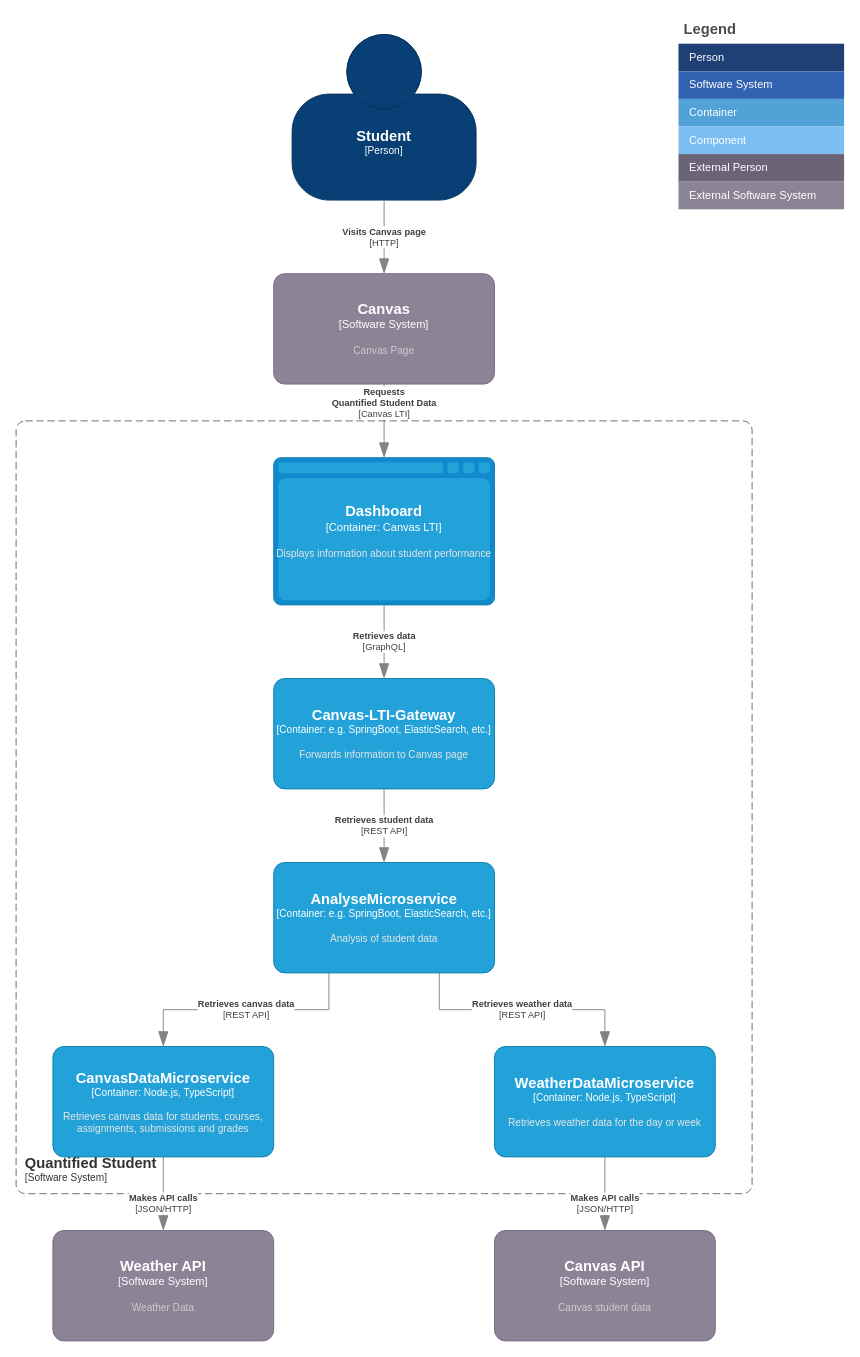
Before: Application Architecture/QSc4_2.drawio in quantifiedstudent/QS-Docs, a draw.io diagram. Source tidied: cells renumbered, new cells numbered last; positions are measured from the earlier drawing's top-left corner, leaving out a move shared by most shapes. Both pictures are drawn from the tidied source at 92%, with x=0, y=0 at pixel (16, 16).
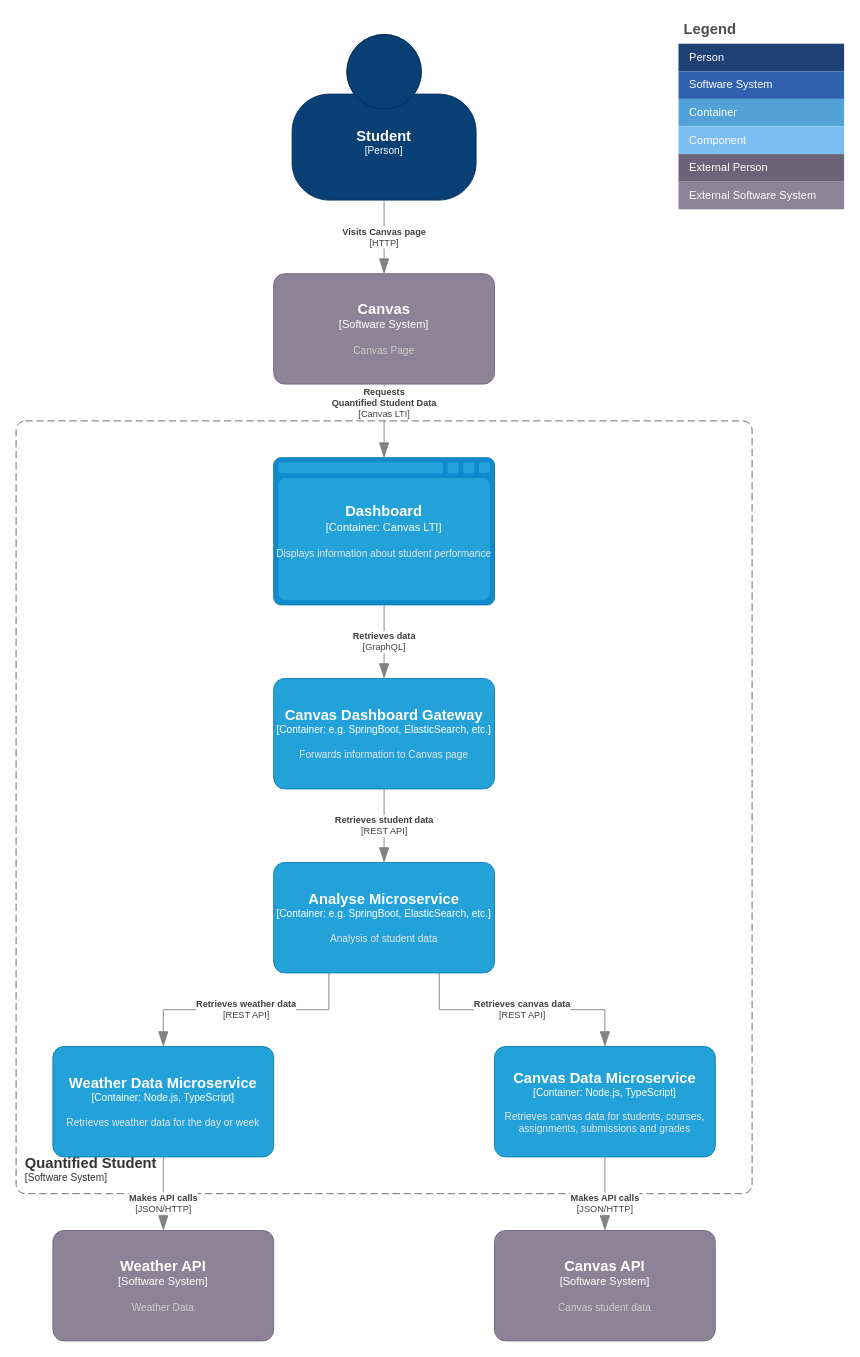
The same page after the edit.

Commit message (it also covers changes not shown here):
Gateway docs + meetings/sprints update

The change refers to these unchanged cells:
```xml
<object id="22" label="&lt;font style=&quot;font-size: 16px&quot;&gt;&lt;b&gt;%c4Name%&lt;/b&gt;&lt;/font&gt;&lt;div&gt;[%c4Type%]&lt;/div&gt;&lt;br&gt;&lt;div&gt;&lt;font style=&quot;font-size: 11px&quot;&gt;&lt;font color=&quot;#cccccc&quot;&gt;%c4Description%&lt;/font&gt;&lt;/div&gt;" c4Description="Weather Data" c4Name="Weather API" c4Type="Software System" placeholders="1">
  <mxCell style="rounded=1;whiteSpace=wrap;html=1;labelBackgroundColor=none;fillColor=#8C8496;fontColor=#ffffff;align=center;arcSize=10;strokeColor=#736782;points=[[0.25,0,0],[0.5,0,0],[0.75,0,0],[1,0.25,0],[1,0.5,0],[1,0.75,0],[0.75,1,0],[0.5,1,0],[0.25,1,0],[0,0.75,0],[0,0.5,0],[0,0.25,0]];" parent="1" vertex="1">
    <mxGeometry x="40" y="1320" width="240" height="120" as="geometry" />
  </mxCell>
</object>
<object id="28" label="&lt;font style=&quot;font-size: 16px&quot;&gt;&lt;b&gt;%c4Name%&lt;/b&gt;&lt;/font&gt;&lt;div&gt;[%c4Type%]&lt;/div&gt;&lt;br&gt;&lt;div&gt;&lt;font style=&quot;font-size: 11px&quot;&gt;&lt;font color=&quot;#cccccc&quot;&gt;%c4Description%&lt;/font&gt;&lt;/div&gt;" c4Description="Canvas student data" c4Name="Canvas API" c4Type="Software System" placeholders="1">
  <mxCell style="rounded=1;whiteSpace=wrap;html=1;labelBackgroundColor=none;fillColor=#8C8496;fontColor=#ffffff;align=center;arcSize=10;strokeColor=#736782;points=[[0.25,0,0],[0.5,0,0],[0.75,0,0],[1,0.25,0],[1,0.5,0],[1,0.75,0],[0.75,1,0],[0.5,1,0],[0.25,1,0],[0,0.75,0],[0,0.5,0],[0,0.25,0]];" parent="1" vertex="1">
    <mxGeometry x="520" y="1320" width="240" height="120" as="geometry" />
  </mxCell>
</object>
```

The edit, as a diff of the source:
```diff
@@
     <object id="23" label="&lt;div style=&quot;text-align: left&quot;&gt;&lt;div style=&quot;text-align: center&quot;&gt;&lt;b&gt;%c4Description%&lt;/b&gt;&lt;/div&gt;&lt;div style=&quot;text-align: center&quot;&gt;[%c4Technology%]&lt;/div&gt;&lt;/div&gt;" c4Description="Makes API calls" c4Technology="JSON/HTTP" placeholders="1">
-      <mxCell style="endArrow=blockThin;html=1;fontSize=10;fontColor=#404040;strokeWidth=1;endFill=1;strokeColor=#828282;elbow=vertical;endSize=14;startSize=14;jumpStyle=arc;jumpSize=16;rounded=0;edgeStyle=orthogonalEdgeStyle;exitX=0.5;exitY=1;exitDx=0;exitDy=0;exitPerimeter=0;entryX=0.5;entryY=0;entryDx=0;entryDy=0;entryPerimeter=0;" parent="1" edge="1" source="29" target="22">
+      <mxCell style="endArrow=blockThin;html=1;fontSize=10;fontColor=#404040;strokeWidth=1;endFill=1;strokeColor=#828282;elbow=vertical;endSize=14;startSize=14;jumpStyle=arc;jumpSize=16;rounded=0;edgeStyle=orthogonalEdgeStyle;exitX=0.5;exitY=1;exitDx=0;exitDy=0;exitPerimeter=0;entryX=0.5;entryY=0;entryDx=0;entryDy=0;entryPerimeter=0;" parent="1" edge="1" source="30" target="22">
         <mxGeometry x="0.25" relative="1" as="geometry" />
       </mxCell>
     </object>
     <object id="24" label="&lt;div style=&quot;text-align: left&quot;&gt;&lt;div style=&quot;text-align: center&quot;&gt;&lt;b&gt;%c4Description%&lt;/b&gt;&lt;/div&gt;&lt;div style=&quot;text-align: center&quot;&gt;[%c4Technology%]&lt;/div&gt;&lt;/div&gt;" c4Description="Makes API calls" c4Technology="JSON/HTTP" placeholders="1">
-      <mxCell style="endArrow=blockThin;html=1;fontSize=10;fontColor=#404040;strokeWidth=1;endFill=1;strokeColor=#828282;elbow=vertical;endSize=14;startSize=14;jumpStyle=arc;jumpSize=16;rounded=0;edgeStyle=orthogonalEdgeStyle;entryX=0.5;entryY=0;entryDx=0;entryDy=0;entryPerimeter=0;exitX=0.5;exitY=1;exitDx=0;exitDy=0;exitPerimeter=0;" parent="1" edge="1" source="30" target="28">
+      <mxCell style="endArrow=blockThin;html=1;fontSize=10;fontColor=#404040;strokeWidth=1;endFill=1;strokeColor=#828282;elbow=vertical;endSize=14;startSize=14;jumpStyle=arc;jumpSize=16;rounded=0;edgeStyle=orthogonalEdgeStyle;entryX=0.5;entryY=0;entryDx=0;entryDy=0;entryPerimeter=0;exitX=0.5;exitY=1;exitDx=0;exitDy=0;exitPerimeter=0;" parent="1" edge="1" source="29" target="28">
         <mxGeometry x="0.25" relative="1" as="geometry" />
       </mxCell>
     </object>
@@
     <object id="26" label="&lt;div style=&quot;text-align: left&quot;&gt;&lt;div style=&quot;text-align: center&quot;&gt;&lt;b&gt;%c4Description%&lt;/b&gt;&lt;/div&gt;&lt;div style=&quot;text-align: center&quot;&gt;[%c4Technology%]&lt;/div&gt;&lt;/div&gt;" c4Description="Retrieves canvas data" c4Technology="REST API" placeholders="1">
-      <mxCell style="endArrow=blockThin;html=1;fontSize=10;fontColor=#404040;strokeWidth=1;endFill=1;strokeColor=#828282;elbow=vertical;endSize=14;startSize=14;jumpStyle=arc;jumpSize=16;rounded=0;edgeStyle=orthogonalEdgeStyle;exitX=0.25;exitY=1;exitDx=0;exitDy=0;exitPerimeter=0;entryX=0.5;entryY=0;entryDx=0;entryDy=0;entryPerimeter=0;" parent="1" edge="1" source="32" target="29">
+      <mxCell style="endArrow=blockThin;html=1;fontSize=10;fontColor=#404040;strokeWidth=1;endFill=1;strokeColor=#828282;elbow=vertical;endSize=14;startSize=14;jumpStyle=arc;jumpSize=16;rounded=0;edgeStyle=orthogonalEdgeStyle;exitX=0.75;exitY=1;exitDx=0;exitDy=0;exitPerimeter=0;entryX=0.5;entryY=0;entryDx=0;entryDy=0;entryPerimeter=0;" parent="1" edge="1" source="32" target="29">
         <mxGeometry relative="1" as="geometry" />
       </mxCell>
     </object>
     <object id="27" label="&lt;div style=&quot;text-align: left&quot;&gt;&lt;div style=&quot;text-align: center&quot;&gt;&lt;b&gt;%c4Description%&lt;/b&gt;&lt;/div&gt;&lt;div style=&quot;text-align: center&quot;&gt;[%c4Technology%]&lt;/div&gt;&lt;/div&gt;" c4Description="Retrieves weather data" c4Technology="REST API" placeholders="1">
-      <mxCell style="endArrow=blockThin;html=1;fontSize=10;fontColor=#404040;strokeWidth=1;endFill=1;strokeColor=#828282;elbow=vertical;endSize=14;startSize=14;jumpStyle=arc;jumpSize=16;rounded=0;edgeStyle=orthogonalEdgeStyle;exitX=0.75;exitY=1;exitDx=0;exitDy=0;exitPerimeter=0;entryX=0.5;entryY=0;entryDx=0;entryDy=0;entryPerimeter=0;" parent="1" edge="1" source="32" target="30">
+      <mxCell style="endArrow=blockThin;html=1;fontSize=10;fontColor=#404040;strokeWidth=1;endFill=1;strokeColor=#828282;elbow=vertical;endSize=14;startSize=14;jumpStyle=arc;jumpSize=16;rounded=0;edgeStyle=orthogonalEdgeStyle;entryX=0.5;entryY=0;entryDx=0;entryDy=0;entryPerimeter=0;exitX=0.25;exitY=1;exitDx=0;exitDy=0;exitPerimeter=0;" parent="1" edge="1" source="32" target="30">
         <mxGeometry relative="1" as="geometry" />
       </mxCell>
     </object>
@@
-    <object id="29" label="&lt;font style=&quot;font-size: 16px&quot;&gt;&lt;b&gt;%c4Name%&lt;/b&gt;&lt;/font&gt;&lt;div&gt;[%c4Type%: %c4Technology%]&lt;/div&gt;&lt;br&gt;&lt;div&gt;&lt;font style=&quot;font-size: 11px&quot;&gt;&lt;font color=&quot;#E6E6E6&quot;&gt;%c4Description%&lt;/font&gt;&lt;/div&gt;" c4Description="Retrieves canvas data for students, courses, assignments, submissions and grades" c4Name="CanvasDataMicroservice" c4Technology="Node.js, TypeScript" c4Type="Container" placeholders="1">
+    <object id="29" label="&lt;font style=&quot;font-size: 16px&quot;&gt;&lt;b&gt;%c4Name%&lt;/b&gt;&lt;/font&gt;&lt;div&gt;[%c4Type%: %c4Technology%]&lt;/div&gt;&lt;br&gt;&lt;div&gt;&lt;font style=&quot;font-size: 11px&quot;&gt;&lt;font color=&quot;#E6E6E6&quot;&gt;%c4Description%&lt;/font&gt;&lt;/div&gt;" c4Description="Retrieves canvas data for students, courses, assignments, submissions and grades" c4Name="Canvas Data Microservice" c4Technology="Node.js, TypeScript" c4Type="Container" placeholders="1">
       <mxCell style="rounded=1;whiteSpace=wrap;html=1;fontSize=11;labelBackgroundColor=none;fillColor=#23A2D9;fontColor=#ffffff;align=center;arcSize=10;strokeColor=#0E7DAD;points=[[0.25,0,0],[0.5,0,0],[0.75,0,0],[1,0.25,0],[1,0.5,0],[1,0.75,0],[0.75,1,0],[0.5,1,0],[0.25,1,0],[0,0.75,0],[0,0.5,0],[0,0.25,0]];" parent="1" vertex="1">
-        <mxGeometry x="40" y="1120" width="240" height="120" as="geometry" />
+        <mxGeometry x="520" y="1120" width="240" height="120" as="geometry" />
       </mxCell>
     </object>
-    <object id="30" label="&lt;font style=&quot;font-size: 16px&quot;&gt;&lt;b&gt;%c4Name%&lt;/b&gt;&lt;/font&gt;&lt;div&gt;[%c4Type%: %c4Technology%]&lt;/div&gt;&lt;br&gt;&lt;div&gt;&lt;font style=&quot;font-size: 11px&quot;&gt;&lt;font color=&quot;#E6E6E6&quot;&gt;%c4Description%&lt;/font&gt;&lt;/div&gt;" c4Description="Retrieves weather data for the day or week" c4Name="WeatherDataMicroservice" c4Technology="Node.js, TypeScript" c4Type="Container" placeholders="1">
+    <object id="30" label="&lt;font style=&quot;font-size: 16px&quot;&gt;&lt;b&gt;%c4Name%&lt;/b&gt;&lt;/font&gt;&lt;div&gt;[%c4Type%: %c4Technology%]&lt;/div&gt;&lt;br&gt;&lt;div&gt;&lt;font style=&quot;font-size: 11px&quot;&gt;&lt;font color=&quot;#E6E6E6&quot;&gt;%c4Description%&lt;/font&gt;&lt;/div&gt;" c4Description="Retrieves weather data for the day or week" c4Name="Weather Data Microservice" c4Technology="Node.js, TypeScript" c4Type="Container" placeholders="1">
       <mxCell style="rounded=1;whiteSpace=wrap;html=1;fontSize=11;labelBackgroundColor=none;fillColor=#23A2D9;fontColor=#ffffff;align=center;arcSize=10;strokeColor=#0E7DAD;points=[[0.25,0,0],[0.5,0,0],[0.75,0,0],[1,0.25,0],[1,0.5,0],[1,0.75,0],[0.75,1,0],[0.5,1,0],[0.25,1,0],[0,0.75,0],[0,0.5,0],[0,0.25,0]];" parent="1" vertex="1">
-        <mxGeometry x="520" y="1120" width="240" height="120" as="geometry" />
+        <mxGeometry x="40" y="1120" width="240" height="120" as="geometry" />
       </mxCell>
     </object>
-    <object id="31" label="&lt;font style=&quot;font-size: 16px&quot;&gt;&lt;b&gt;%c4Name%&lt;/b&gt;&lt;/font&gt;&lt;div&gt;[%c4Type%: %c4Technology%]&lt;/div&gt;&lt;br&gt;&lt;div&gt;&lt;font style=&quot;font-size: 11px&quot;&gt;&lt;font color=&quot;#E6E6E6&quot;&gt;%c4Description%&lt;/font&gt;&lt;/div&gt;" c4Description="Forwards information to Canvas page" c4Name="Canvas-LTI-Gateway" c4Technology="e.g. SpringBoot, ElasticSearch, etc." c4Type="Container" placeholders="1">
+    <object id="31" label="&lt;font style=&quot;font-size: 16px&quot;&gt;&lt;b&gt;%c4Name%&lt;/b&gt;&lt;/font&gt;&lt;div&gt;[%c4Type%: %c4Technology%]&lt;/div&gt;&lt;br&gt;&lt;div&gt;&lt;font style=&quot;font-size: 11px&quot;&gt;&lt;font color=&quot;#E6E6E6&quot;&gt;%c4Description%&lt;/font&gt;&lt;/div&gt;" c4Description="Forwards information to Canvas page" c4Name="Canvas Dashboard Gateway" c4Technology="e.g. SpringBoot, ElasticSearch, etc." c4Type="Container" placeholders="1">
       <mxCell style="rounded=1;whiteSpace=wrap;html=1;fontSize=11;labelBackgroundColor=none;fillColor=#23A2D9;fontColor=#ffffff;align=center;arcSize=10;strokeColor=#0E7DAD;points=[[0.25,0,0],[0.5,0,0],[0.75,0,0],[1,0.25,0],[1,0.5,0],[1,0.75,0],[0.75,1,0],[0.5,1,0],[0.25,1,0],[0,0.75,0],[0,0.5,0],[0,0.25,0]];" parent="1" vertex="1">
         <mxGeometry x="280" y="720" width="240" height="120" as="geometry" />
       </mxCell>
     </object>
-    <object id="32" label="&lt;font style=&quot;font-size: 16px&quot;&gt;&lt;b&gt;%c4Name%&lt;/b&gt;&lt;/font&gt;&lt;div&gt;[%c4Type%: %c4Technology%]&lt;/div&gt;&lt;br&gt;&lt;div&gt;&lt;font style=&quot;font-size: 11px&quot;&gt;&lt;font color=&quot;#E6E6E6&quot;&gt;%c4Description%&lt;/font&gt;&lt;/div&gt;" c4Description="Analysis of student data" c4Name="AnalyseMicroservice" c4Technology="e.g. SpringBoot, ElasticSearch, etc." c4Type="Container" placeholders="1">
+    <object id="32" label="&lt;font style=&quot;font-size: 16px&quot;&gt;&lt;b&gt;%c4Name%&lt;/b&gt;&lt;/font&gt;&lt;div&gt;[%c4Type%: %c4Technology%]&lt;/div&gt;&lt;br&gt;&lt;div&gt;&lt;font style=&quot;font-size: 11px&quot;&gt;&lt;font color=&quot;#E6E6E6&quot;&gt;%c4Description%&lt;/font&gt;&lt;/div&gt;" c4Description="Analysis of student data" c4Name="Analyse Microservice" c4Technology="e.g. SpringBoot, ElasticSearch, etc." c4Type="Container" placeholders="1">
       <mxCell style="rounded=1;whiteSpace=wrap;html=1;fontSize=11;labelBackgroundColor=none;fillColor=#23A2D9;fontColor=#ffffff;align=center;arcSize=10;strokeColor=#0E7DAD;points=[[0.25,0,0],[0.5,0,0],[0.75,0,0],[1,0.25,0],[1,0.5,0],[1,0.75,0],[0.75,1,0],[0.5,1,0],[0.25,1,0],[0,0.75,0],[0,0.5,0],[0,0.25,0]];" parent="1" vertex="1">
         <mxGeometry x="280" y="920" width="240" height="120" as="geometry" />
       </mxCell>
     </object>
```
